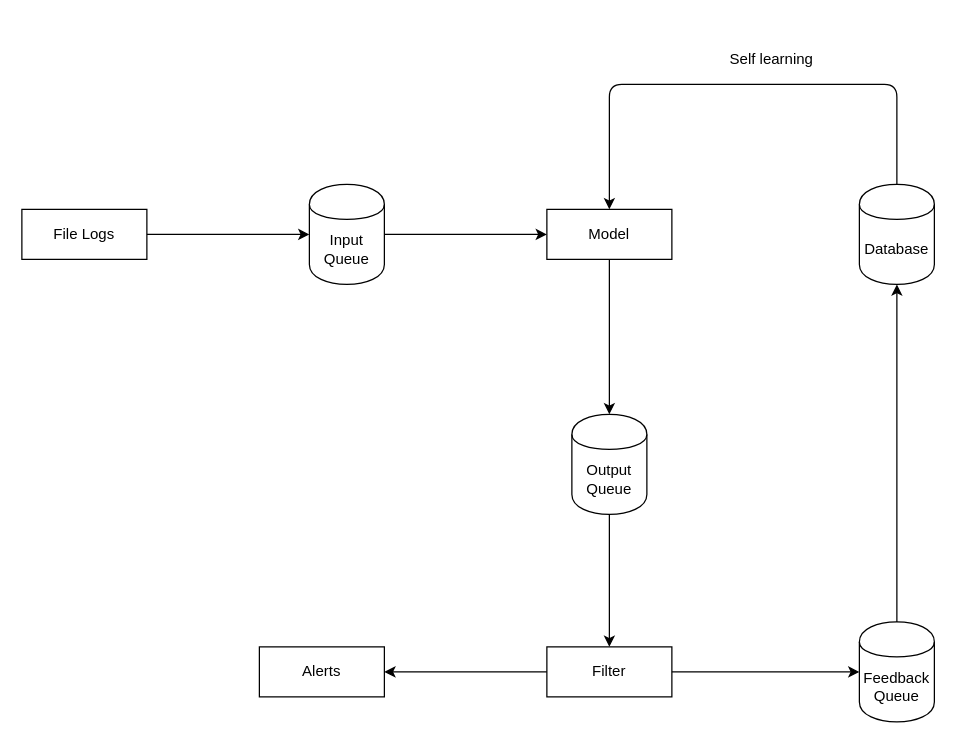
Above: malware_flow.drawio in dangmc/Thesis (draw.io), before the change. Source tidied: cells renumbered, new cells numbered last; positions are measured from the earlier drawing's top-left corner, leaving out a move shared by most shapes. Both pictures are drawn from the tidied source at 125%, with x=0, y=0 at pixel (21, 46).
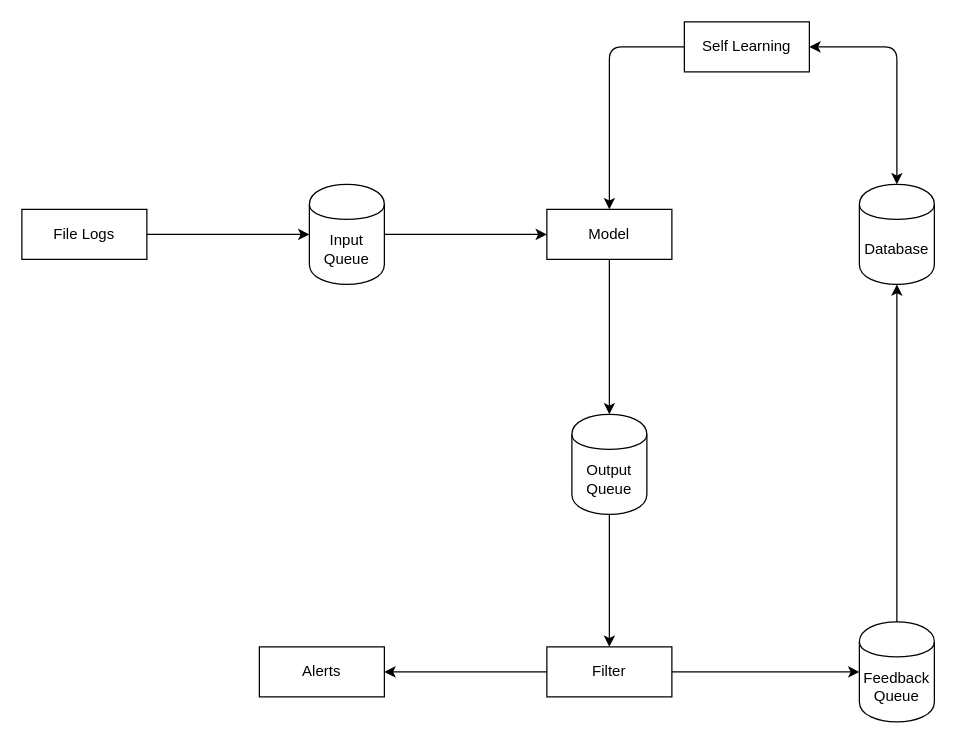
The same page after the edit.

Unchanged cells that the change refers to:
```xml
<mxCell id="5" value="Model" style="rounded=0;whiteSpace=wrap;html=1;" parent="1" vertex="1">
  <mxGeometry x="420" y="130" width="100" height="40" as="geometry" />
</mxCell>
<mxCell id="7" value="Database" style="shape=cylinder;whiteSpace=wrap;html=1;boundedLbl=1;backgroundOutline=1;" parent="1" vertex="1">
  <mxGeometry x="670" y="110" width="60" height="80" as="geometry" />
</mxCell>
```

Change to the diagram source:
```diff
@@
-    <mxCell id="9" style="endArrow=classic;html=1;exitX=0.5;exitY=0;exitDx=0;exitDy=0;entryX=0.5;entryY=0;entryDx=0;entryDy=0;" parent="1" edge="1" source="7" target="5">
-      <mxGeometry relative="1" as="geometry">
-        <Array as="points">
-          <mxPoint x="700" y="30" />
-          <mxPoint x="470" y="30" />
-        </Array>
-      </mxGeometry>
-    </mxCell>
-    <mxCell id="10" value="Self learning" style="text;html=1;strokeColor=none;fillColor=none;align=center;verticalAlign=middle;whiteSpace=wrap;rounded=0;" parent="1" vertex="1">
-      <mxGeometry x="560" width="80" height="20" as="geometry" />
-    </mxCell>
@@
+    <mxCell id="19" value="Self Learning" style="rounded=0;whiteSpace=wrap;html=1;" parent="1" vertex="1">
+      <mxGeometry x="530" y="-20" width="100" height="40" as="geometry" />
+    </mxCell>
+    <mxCell id="20" style="endArrow=classic;startArrow=classic;html=1;exitX=1;exitY=0.5;exitDx=0;exitDy=0;entryX=0.5;entryY=0;entryDx=0;entryDy=0;" parent="1" edge="1" source="19" target="7">
+      <mxGeometry relative="1" as="geometry">
+        <Array as="points">
+          <mxPoint x="700" />
+        </Array>
+      </mxGeometry>
+    </mxCell>
+    <mxCell id="21" style="endArrow=classic;html=1;exitX=0;exitY=0.5;exitDx=0;exitDy=0;entryX=0.5;entryY=0;entryDx=0;entryDy=0;" parent="1" edge="1" source="19" target="5">
+      <mxGeometry relative="1" as="geometry">
+        <Array as="points">
+          <mxPoint x="470" />
+        </Array>
+      </mxGeometry>
+    </mxCell>
```
